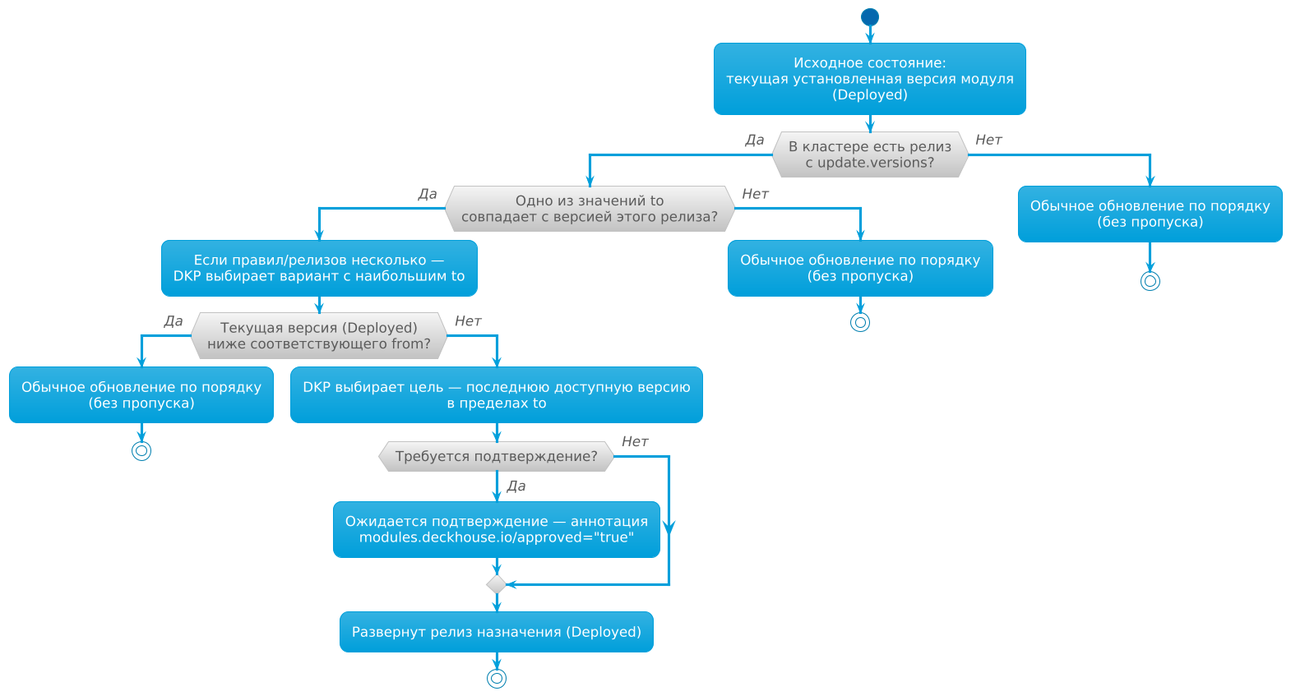
Above: docs/documentation/images/architecture/module-development/from_to_ru.png in deckhouse/deckhouse (PlantUML), before the change. Its source is kept beside it as docs/documentation/images/architecture/module-development/from_to_ru.puml. The source it was exported from:
```plantuml
@startuml
!theme bluegray
skinparam DefaultFontSize 16
skinparam ArrowFontStyle italic
skinparam DefaultTextAlignment center
skinparam backgroundColor transparent
skinparam Shadowing false

start

:Исходное состояние:\nтекущая установленная версия модуля\n(Deployed);

if (В кластере есть релиз\nс update.versions?) then (Да)
  if (Одно из значений to\nсовпадает с версией этого релиза?) then (Да)
    :Если правил/релизов несколько —\nDKP выбирает вариант с наибольшим to;
    if (Текущая версия (Deployed)\nниже соответствующего from?) then (Да)
      :Обычное обновление по порядку\n(без пропуска);
      stop
    else (Нет)
      :DKP выбирает цель — последнюю доступную версию\nв пределах to;
      if (Требуется подтверждение?) then (Да)
        :Ожидается подтверждение — аннотация\nmodules.deckhouse.io/approved="true";
      else (Нет)
      endif
      :Развернут релиз назначения (Deployed);
      stop
    endif
  else (Нет)
    :Обычное обновление по порядку\n(без пропуска);
    stop
  endif
else (Нет)
  :Обычное обновление по порядку\n(без пропуска);
  stop
endif

@enduml
```
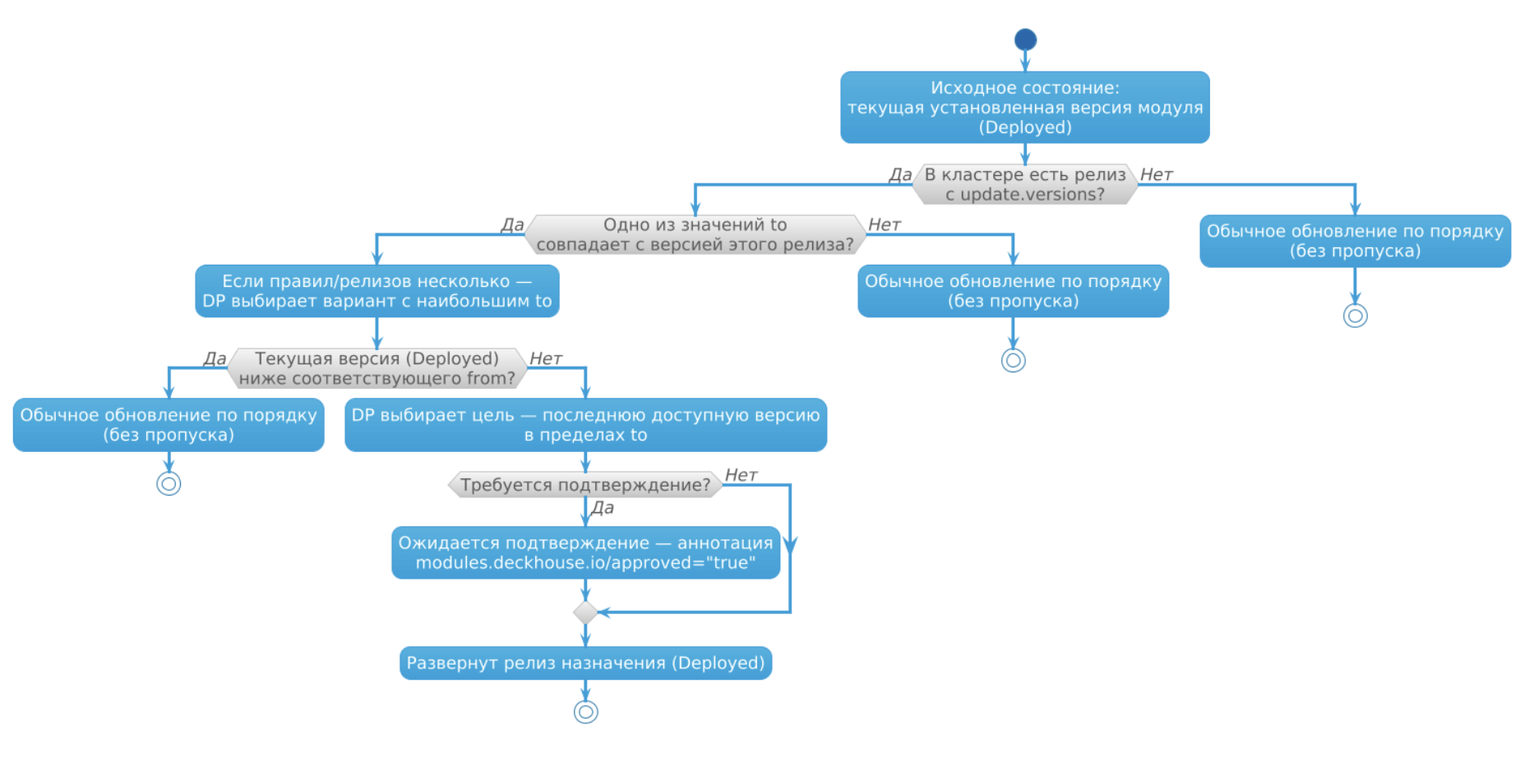
The same file after the commit.

Diff of the diagram source:
```diff
@@ -12,12 +12,12 @@
 
 if (В кластере есть релиз\nс update.versions?) then (Да)
   if (Одно из значений to\nсовпадает с версией этого релиза?) then (Да)
-    :Если правил/релизов несколько —\nDKP выбирает вариант с наибольшим to;
+    :Если правил/релизов несколько —\nDP выбирает вариант с наибольшим to;
     if (Текущая версия (Deployed)\nниже соответствующего from?) then (Да)
       :Обычное обновление по порядку\n(без пропуска);
       stop
     else (Нет)
-      :DKP выбирает цель — последнюю доступную версию\nв пределах to;
+      :DP выбирает цель — последнюю доступную версию\nв пределах to;
       if (Требуется подтверждение?) then (Да)
         :Ожидается подтверждение — аннотация\nmodules.deckhouse.io/approved="true";
       else (Нет)
```
